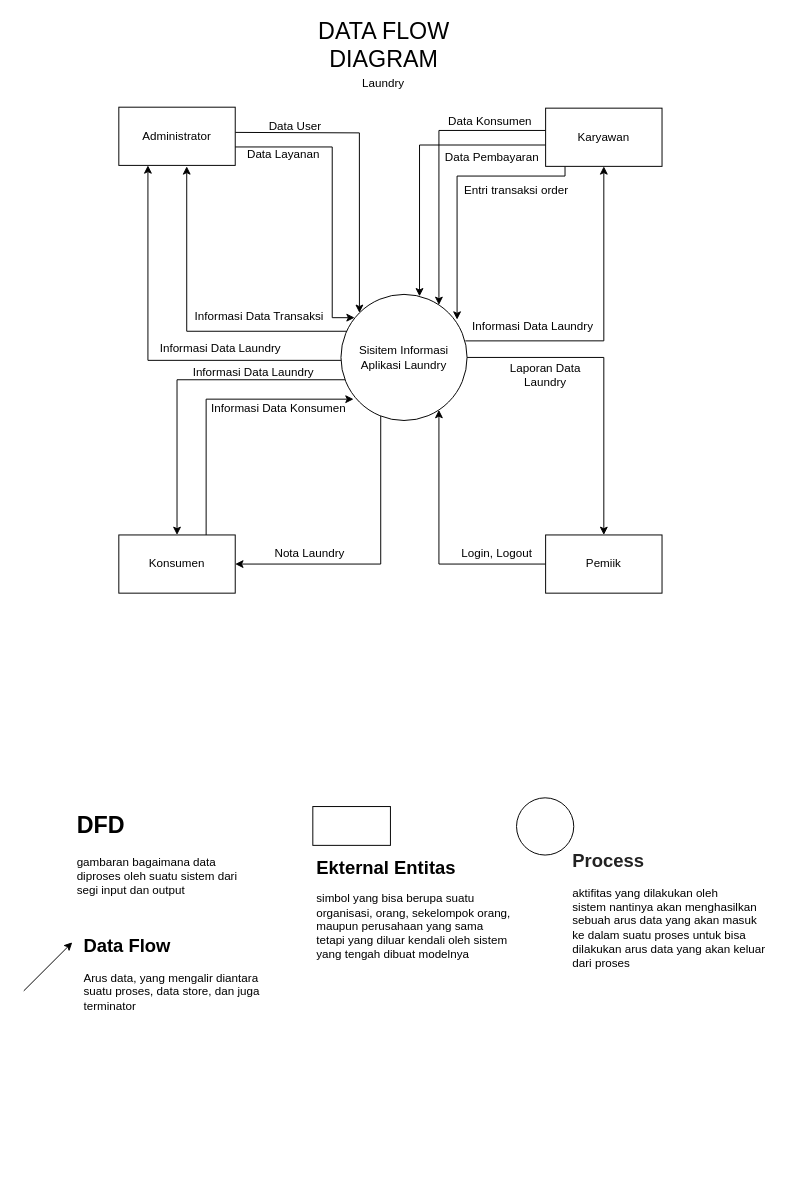
This is page "page-2" (2 of 6) of Desain Ujikom.drawio from alditasptnsr/ujikom_aldita, a draw.io file, before an edit. Source tidied: cells renumbered, new cells numbered last; positions are measured from the earlier drawing's top-left corner, leaving out a move shared by most shapes. Both pictures are drawn from the tidied source at 97%, with x=0, y=0 at pixel (23, 30).
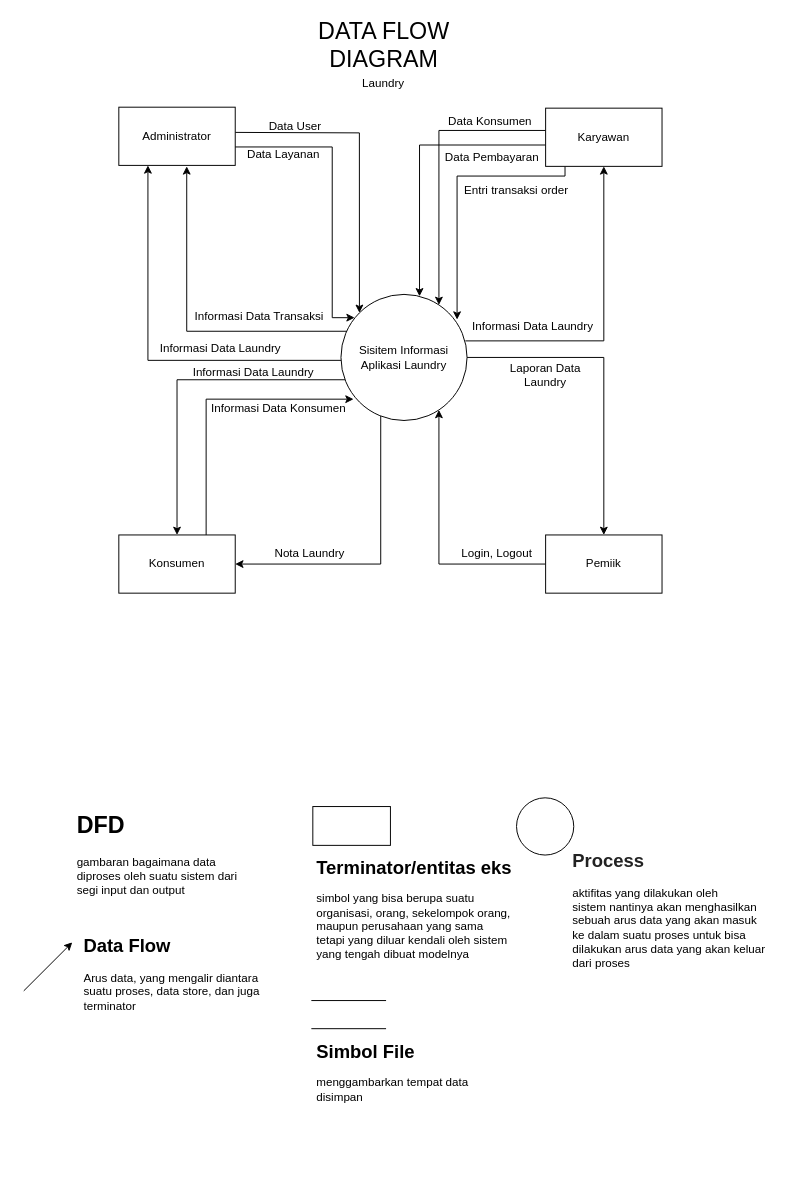
The same diagram, later.

Diff of the diagram source:
```diff
@@
-    <mxCell id="37" value="&lt;h1 style=&quot;font-size: 19px;&quot;&gt;&lt;font style=&quot;font-size: 19px;&quot;&gt;&lt;span style=&quot;background-color: initial;&quot;&gt;Ekternal Entitas&lt;/span&gt;&amp;nbsp;&lt;/font&gt;&lt;/h1&gt;simbol yang bisa berupa suatu organisasi, orang, sekelompok orang, maupun perusahaan yang sama tetapi yang diluar kendali oleh sistem yang tengah dibuat modelnya" style="text;html=1;strokeColor=none;fillColor=none;spacing=5;spacingTop=-20;whiteSpace=wrap;overflow=hidden;rounded=0;" parent="1" vertex="1">
+    <mxCell id="37" value="&lt;h1 style=&quot;font-size: 19px;&quot;&gt;Terminator/entitas eks&lt;/h1&gt;simbol yang bisa berupa suatu organisasi, orang, sekelompok orang, maupun perusahaan yang sama tetapi yang diluar kendali oleh sistem yang tengah dibuat modelnya" style="text;html=1;strokeColor=none;fillColor=none;spacing=5;spacingTop=-20;whiteSpace=wrap;overflow=hidden;rounded=0;" parent="1" vertex="1">
       <mxGeometry x="297" y="850" width="211" height="130" as="geometry" />
     </mxCell>
@@
+    <mxCell id="42" style="shape=partialRectangle;whiteSpace=wrap;html=1;left=0;right=0;fillColor=none;" parent="1" vertex="1">
+      <mxGeometry x="297" y="1000" width="76" height="29" as="geometry" />
+    </mxCell>
+    <mxCell id="43" value="&lt;h1 style=&quot;font-size: 19px;&quot;&gt;&lt;font style=&quot;font-size: 19px;&quot;&gt;Simbol File&amp;nbsp;&lt;/font&gt;&lt;/h1&gt;menggambarkan tempat data disimpan" style="text;html=1;strokeColor=none;fillColor=none;spacing=5;spacingTop=-20;whiteSpace=wrap;overflow=hidden;rounded=0;" parent="1" vertex="1">
+      <mxGeometry x="297" y="1040" width="211" height="130" as="geometry" />
+    </mxCell>
```
